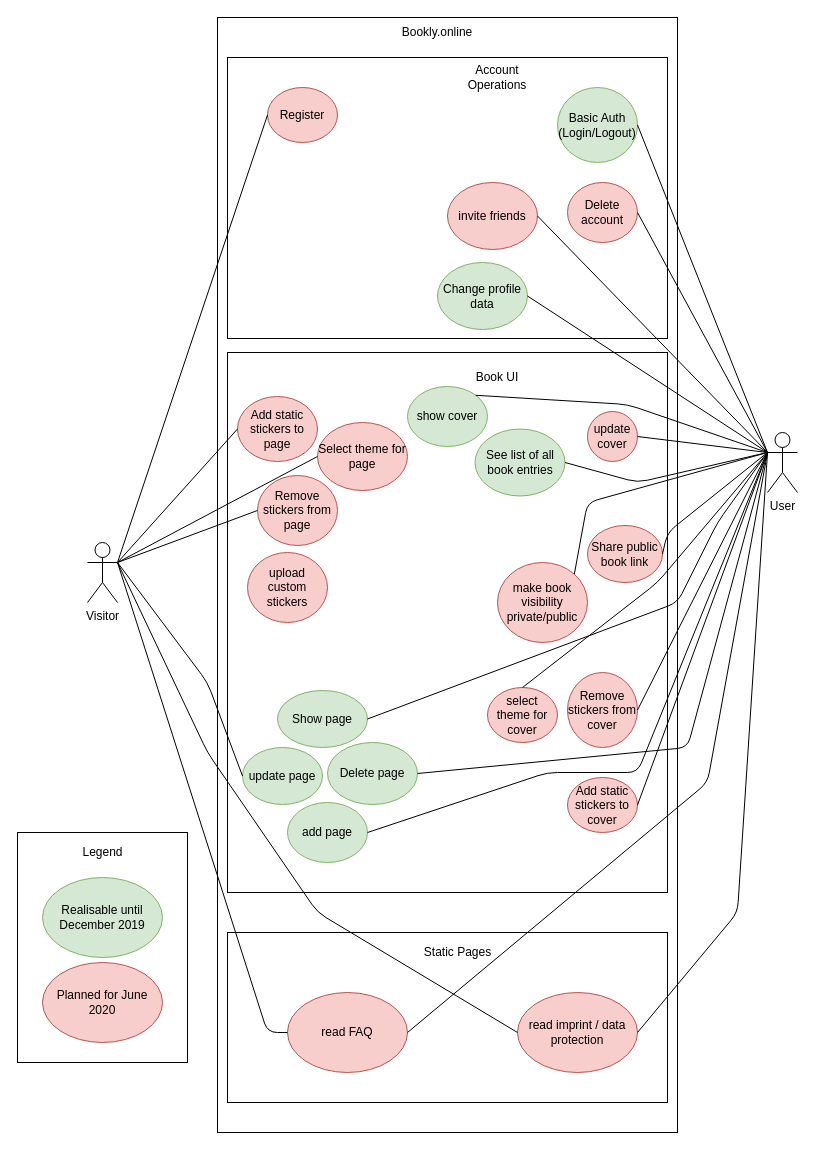
ninjeanne/bookly keeps this draw.io diagram as design/usecase.drawio. Above is the earlier version. Source tidied: cells renumbered, new cells numbered last; positions are measured from the earlier drawing's top-left corner, leaving out a move shared by most shapes. Both pictures are drawn from the tidied source at 100%, with x=0, y=0 at pixel (17, 17).
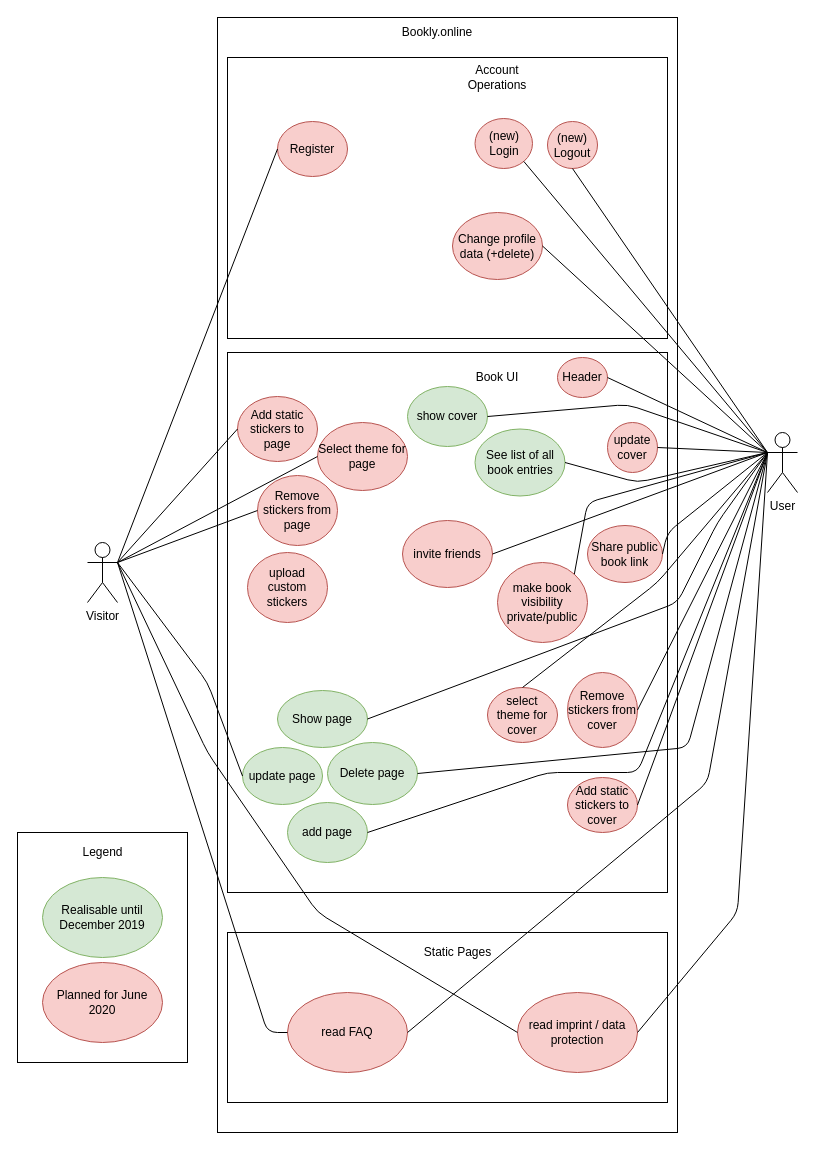
After the change.

Commit message (it also covers changes not shown here):
update overall use cases

Unchanged cells that the change refers to:
```xml
<mxCell id="2" value="User" style="shape=umlActor;verticalLabelPosition=bottom;labelBackgroundColor=#ffffff;verticalAlign=top;html=1;outlineConnect=0;" parent="1" vertex="1">
  <mxGeometry x="750" y="415" width="30" height="60" as="geometry" />
</mxCell>
<mxCell id="45" value="show cover" style="ellipse;whiteSpace=wrap;html=1;fillColor=#d5e8d4;strokeColor=#82b366;" parent="1" vertex="1">
  <mxGeometry x="390" y="369" width="80" height="60" as="geometry" />
</mxCell>
```

The edit, as a diff of the source:
```diff
@@
-    <mxCell id="8" value="Basic Auth (Login/Logout)" style="ellipse;whiteSpace=wrap;html=1;fillColor=#d5e8d4;strokeColor=#82b366;" parent="1" vertex="1">
-      <mxGeometry x="540" y="70" width="80" height="75" as="geometry" />
+    <mxCell id="8" value="(new)&lt;br&gt;Login" style="ellipse;whiteSpace=wrap;html=1;fillColor=#f8cecc;strokeColor=#b85450;" parent="1" vertex="1">
+      <mxGeometry x="457.5" y="101" width="57.5" height="50" as="geometry" />
     </mxCell>
     <mxCell id="9" value="Register" style="ellipse;whiteSpace=wrap;html=1;fillColor=#f8cecc;strokeColor=#b85450;" parent="1" vertex="1">
-      <mxGeometry x="250" y="70" width="70" height="55" as="geometry" />
+      <mxGeometry x="260" y="104" width="70" height="55" as="geometry" />
     </mxCell>
-    <mxCell id="10" value="Delete account" style="ellipse;whiteSpace=wrap;html=1;fillColor=#f8cecc;strokeColor=#b85450;" parent="1" vertex="1">
-      <mxGeometry x="550" y="165" width="70" height="60" as="geometry" />
-    </mxCell>
@@
     <mxCell id="13" value="update cover" style="ellipse;whiteSpace=wrap;html=1;fillColor=#f8cecc;strokeColor=#b85450;" parent="1" vertex="1">
-      <mxGeometry x="570" y="394" width="50" height="50" as="geometry" />
+      <mxGeometry x="590" y="405" width="50" height="50" as="geometry" />
     </mxCell>
@@
-    <mxCell id="29" style="endArrow=none;html=1;entryX=1;entryY=0.5;entryDx=0;entryDy=0;exitX=0;exitY=0.3333333333333333;exitDx=0;exitDy=0;exitPerimeter=0;endFill=0;" parent="1" edge="1" source="2" target="10">
-      <mxGeometry relative="1" as="geometry" />
-    </mxCell>
-    <mxCell id="30" style="endArrow=none;html=1;entryX=1;entryY=0.5;entryDx=0;entryDy=0;strokeColor=#000000;endFill=0;" parent="1" edge="1" target="8">
+    <mxCell id="30" style="endArrow=none;html=1;entryX=1;entryY=1;entryDx=0;entryDy=0;strokeColor=#000000;endFill=0;" parent="1" edge="1" target="8">
       <mxGeometry relative="1" as="geometry">
         <mxPoint x="750" y="435" as="sourcePoint" />
       </mxGeometry>
     </mxCell>
@@
-    <mxCell id="46" style="endArrow=none;html=1;exitX=0;exitY=0.3333333333333333;exitDx=0;exitDy=0;exitPerimeter=0;entryX=1;entryY=0;entryDx=0;entryDy=0;endFill=0;" parent="1" edge="1" source="2" target="45">
+    <mxCell id="46" style="endArrow=none;html=1;exitX=0;exitY=0.3333333333333333;exitDx=0;exitDy=0;exitPerimeter=0;entryX=1;entryY=0.5;entryDx=0;entryDy=0;endFill=0;" parent="1" edge="1" source="2" target="45">
       <mxGeometry relative="1" as="geometry">
         <Array as="points">
           <mxPoint x="610" y="387" />
         </Array>
       </mxGeometry>
     </mxCell>
@@
-    <mxCell id="49" value="Change profile data" style="ellipse;whiteSpace=wrap;html=1;fillColor=#d5e8d4;strokeColor=#82b366;" parent="1" vertex="1">
-      <mxGeometry x="420" y="245" width="90" height="67" as="geometry" />
+    <mxCell id="49" value="Change profile data (+delete)" style="ellipse;whiteSpace=wrap;html=1;fillColor=#f8cecc;strokeColor=#b85450;" parent="1" vertex="1">
+      <mxGeometry x="435" y="195" width="90" height="67" as="geometry" />
     </mxCell>
@@
     <mxCell id="61" value="invite friends" style="ellipse;whiteSpace=wrap;html=1;fillColor=#f8cecc;strokeColor=#b85450;" parent="1" vertex="1">
-      <mxGeometry x="430" y="165" width="90" height="67" as="geometry" />
+      <mxGeometry x="385" y="503" width="90" height="67" as="geometry" />
     </mxCell>
@@
+    <mxCell id="64" value="(new)&lt;br&gt;Logout" style="ellipse;whiteSpace=wrap;html=1;fillColor=#f8cecc;strokeColor=#b85450;" parent="1" vertex="1">
+      <mxGeometry x="530" y="104" width="50" height="47" as="geometry" />
+    </mxCell>
+    <mxCell id="65" style="endArrow=none;html=1;entryX=0.5;entryY=1;entryDx=0;entryDy=0;strokeColor=#000000;endFill=0;" parent="1" edge="1" target="64">
+      <mxGeometry relative="1" as="geometry">
+        <mxPoint x="750" y="435" as="sourcePoint" />
+      </mxGeometry>
+    </mxCell>
+    <mxCell id="66" value="Header" style="ellipse;whiteSpace=wrap;html=1;fillColor=#f8cecc;strokeColor=#b85450;" parent="1" vertex="1">
+      <mxGeometry x="540" y="340" width="50" height="40" as="geometry" />
+    </mxCell>
+    <mxCell id="67" style="endArrow=none;html=1;entryX=1;entryY=0.5;entryDx=0;entryDy=0;strokeColor=#000000;endFill=0;exitX=0;exitY=0.3333333333333333;exitDx=0;exitDy=0;exitPerimeter=0;" parent="1" edge="1" source="2" target="66">
+      <mxGeometry relative="1" as="geometry" />
+    </mxCell>
```
